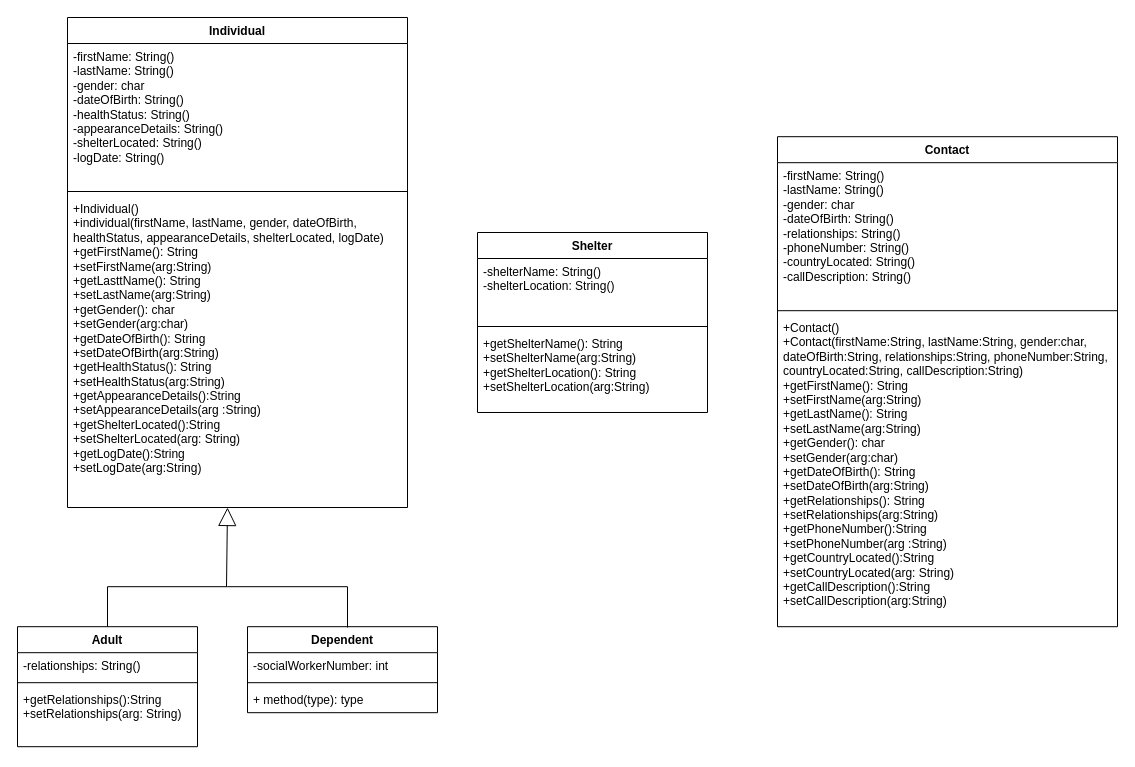
The draw.io diagram disaster_recover_UML_25.drawio in ENSF-380-Group-25/Project-1, before the edit. Source tidied: cells renumbered, new cells numbered last; positions are measured from the earlier drawing's top-left corner, leaving out a move shared by most shapes. Both pictures are drawn from the tidied source at 100%, with x=0, y=0 at pixel (17, 17).
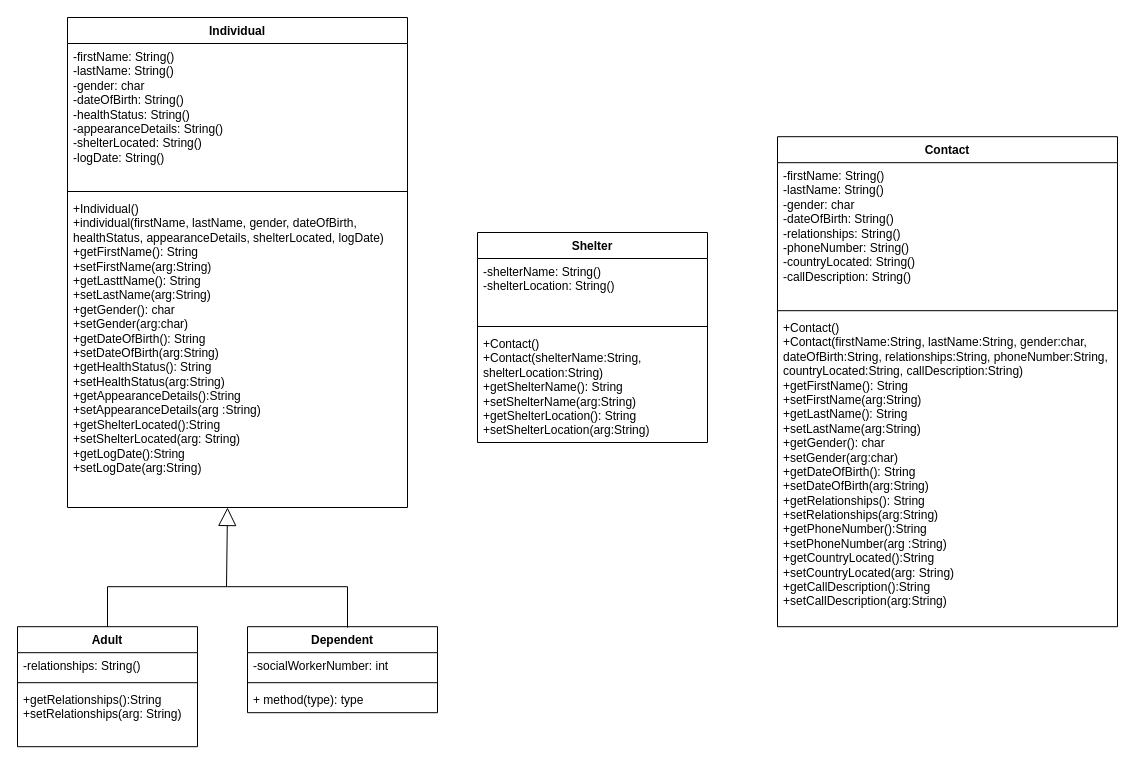
The same diagram, later.

Commit message:
Update shelter class disaster_recover_UML_25.drawio

What changed in the source:
```diff
@@
     <mxCell id="19" value="Shelter" style="swimlane;fontStyle=1;align=center;verticalAlign=top;horizontal=1;startSize=26;whiteSpace=wrap;html=1;" parent="1" vertex="1">
-      <mxGeometry x="460" y="215" width="230" height="180" as="geometry" />
+      <mxGeometry x="460" y="215" width="230" height="210" as="geometry" />
     </mxCell>
@@
-    <mxCell id="22" value="+getShelterName(): String&lt;div&gt;+setShelterName(arg:String)&lt;/div&gt;&lt;div&gt;+getShelterLocation(): String&lt;/div&gt;&lt;div&gt;&lt;div&gt;+setShelterLocation(arg:String)&lt;/div&gt;&lt;/div&gt;&lt;div&gt;&lt;br&gt;&lt;/div&gt;" style="text;strokeColor=none;fillColor=none;align=left;verticalAlign=top;spacingLeft=4;spacingRight=4;overflow=hidden;whiteSpace=wrap;html=1;" parent="19" vertex="1">
-      <mxGeometry y="98" width="230" height="82" as="geometry" />
+    <mxCell id="22" value="&lt;div&gt;+Contact()&lt;/div&gt;&lt;div&gt;+Contact(shelterName:String, shelterLocation:String)&lt;/div&gt;+getShelterName(): String&lt;div&gt;+setShelterName(arg:String)&lt;/div&gt;&lt;div&gt;+getShelterLocation(): String&lt;/div&gt;&lt;div&gt;&lt;div&gt;+setShelterLocation(arg:String)&lt;/div&gt;&lt;/div&gt;&lt;div&gt;&lt;br&gt;&lt;/div&gt;" style="text;strokeColor=none;fillColor=none;align=left;verticalAlign=top;spacingLeft=4;spacingRight=4;overflow=hidden;whiteSpace=wrap;html=1;" parent="19" vertex="1">
+      <mxGeometry y="98" width="230" height="112" as="geometry" />
     </mxCell>
```
